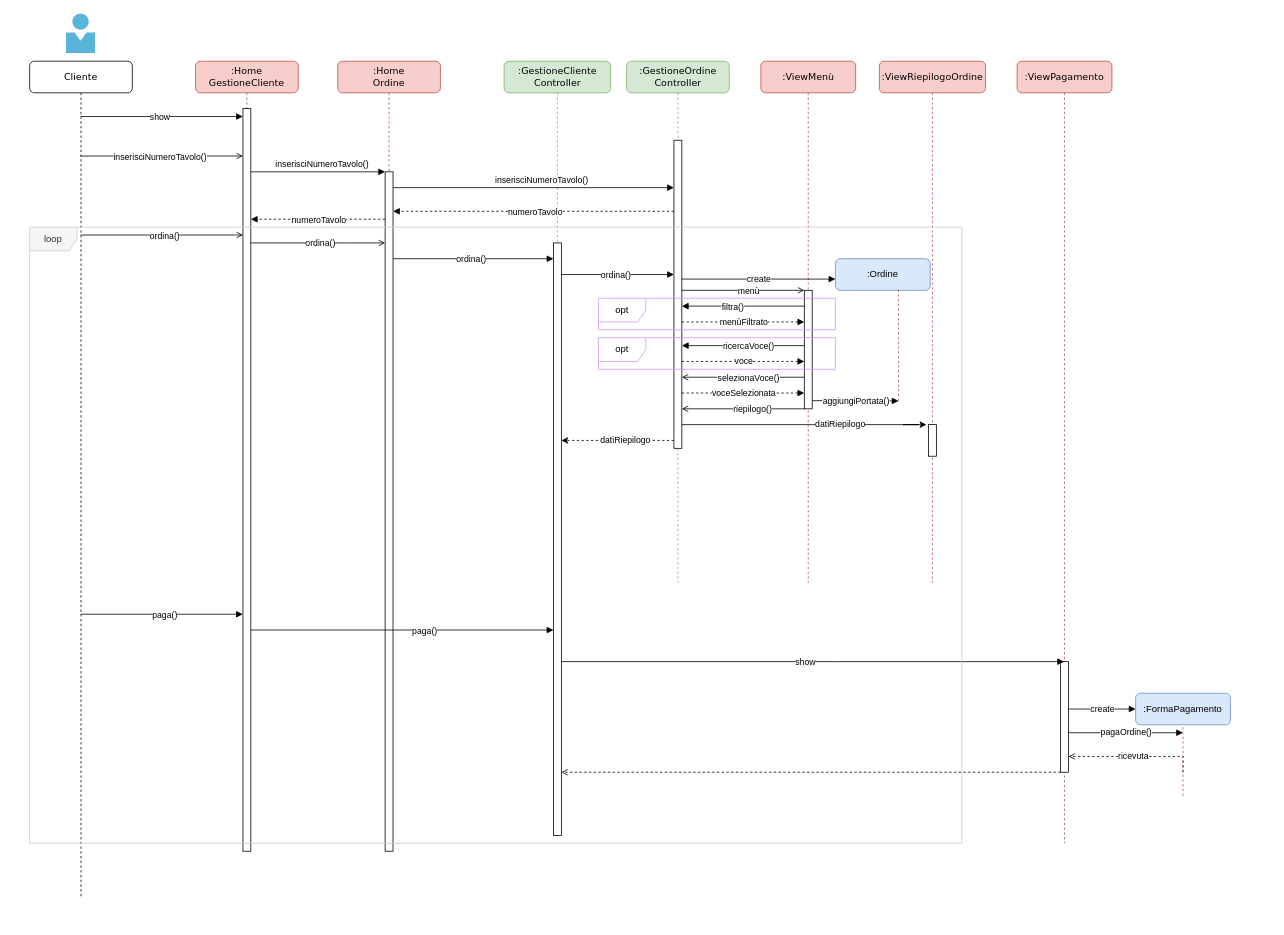
This is page "cliente" (3 of 4) of sequenza.drawio from Marco-Burattoni/Progetto-ids, a draw.io file, before an edit. Source tidied: cells renumbered, new cells numbered last; positions are measured from the earlier drawing's top-left corner, leaving out a move shared by most shapes. Both pictures are drawn from the tidied source at 79%, with x=0, y=0 at pixel (29, 13).
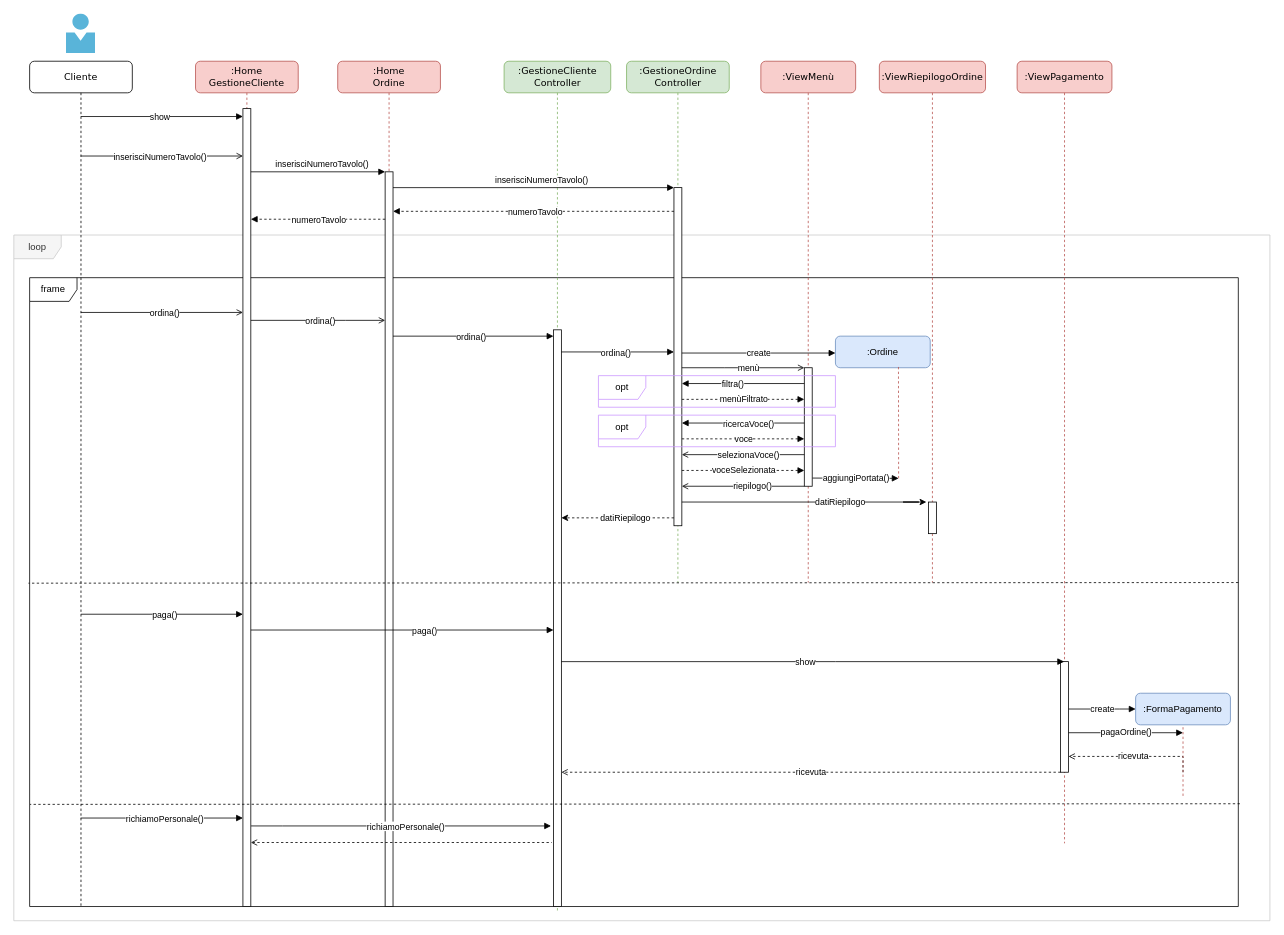
The same diagram, later.

The change refers to these unchanged cells:
```xml
<mxCell id="8" value=":ViewMenù" style="shape=umlLifeline;perimeter=lifelinePerimeter;whiteSpace=wrap;html=1;rounded=1;shadow=0;comic=0;labelBackgroundColor=none;strokeWidth=1;fontFamily=Verdana;fontSize=12;align=center;fillColor=#f8cecc;strokeColor=#b85450;" parent="1" vertex="1">
  <mxGeometry x="925.6" y="60" width="120" height="660" as="geometry" />
</mxCell>
<mxCell id="14" value=":GestioneOrdine&lt;br&gt;Controller" style="shape=umlLifeline;perimeter=lifelinePerimeter;whiteSpace=wrap;html=1;rounded=1;shadow=0;comic=0;labelBackgroundColor=none;strokeWidth=1;fontFamily=Verdana;fontSize=12;align=center;fillColor=#d5e8d4;strokeColor=#82b366;" parent="1" vertex="1">
  <mxGeometry x="755.6" y="60" width="130" height="660" as="geometry" />
</mxCell>
<mxCell id="23" value=":ViewRiepilogoOrdine" style="shape=umlLifeline;perimeter=lifelinePerimeter;whiteSpace=wrap;html=1;rounded=1;shadow=0;comic=0;labelBackgroundColor=none;strokeWidth=1;fontFamily=Verdana;fontSize=12;align=center;fillColor=#f8cecc;strokeColor=#b85450;" parent="1" vertex="1">
  <mxGeometry x="1075.6" y="60" width="134.4" height="660" as="geometry" />
</mxCell>
<mxCell id="29" style="html=1;points=[];perimeter=orthogonalPerimeter;rounded=0;shadow=0;comic=0;labelBackgroundColor=none;strokeWidth=1;fontFamily=Verdana;fontSize=12;align=center;" parent="28" vertex="1">
  <mxGeometry x="55" y="760" width="10" height="140" as="geometry" />
</mxCell>
```

Diff of the diagram source:
```diff
@@
+    <mxCell id="60" value="loop" style="shape=umlFrame;whiteSpace=wrap;html=1;fillColor=#f5f5f5;fontColor=#333333;strokeColor=#CCCCCC;" parent="1" vertex="1">
+      <mxGeometry x="-20" y="280" width="1590" height="868" as="geometry" />
+    </mxCell>
+    <mxCell id="61" value="frame" style="shape=umlFrame;whiteSpace=wrap;html=1;" parent="1" vertex="1">
+      <mxGeometry y="334" width="1530" height="796" as="geometry" />
+    </mxCell>
@@
     <mxCell id="3" value=":Home&lt;br&gt;GestioneCliente" style="shape=umlLifeline;perimeter=lifelinePerimeter;whiteSpace=wrap;html=1;rounded=1;shadow=0;comic=0;labelBackgroundColor=none;strokeWidth=1;fontFamily=Verdana;fontSize=12;align=center;fillColor=#f8cecc;strokeColor=#b85450;" parent="1" vertex="1">
-      <mxGeometry x="210" y="60" width="130" height="1000" as="geometry" />
+      <mxGeometry x="210" y="60" width="130" height="1070" as="geometry" />
     </mxCell>
     <mxCell id="4" style="html=1;points=[];perimeter=orthogonalPerimeter;rounded=0;shadow=0;comic=0;labelBackgroundColor=none;strokeWidth=1;fontFamily=Verdana;fontSize=12;align=center;" parent="3" vertex="1">
-      <mxGeometry x="60" y="60" width="10" height="940" as="geometry" />
+      <mxGeometry x="60" y="60" width="10" height="1010" as="geometry" />
     </mxCell>
     <mxCell id="5" value="&lt;font style=&quot;font-size: 11px; background-color: rgb(255, 255, 255);&quot; face=&quot;Helvetica&quot;&gt;ordina()&lt;/font&gt;" style="html=1;verticalAlign=bottom;endArrow=open;labelBackgroundColor=none;fontFamily=Verdana;fontSize=12;elbow=vertical;rounded=0;endFill=0;" parent="3" edge="1">
       <mxGeometry x="0.03" y="-10" relative="1" as="geometry">
-        <mxPoint x="-145.2" y="220" as="sourcePoint" />
-        <mxPoint x="60" y="220" as="targetPoint" />
+        <mxPoint x="-145.2" y="318" as="sourcePoint" />
+        <mxPoint x="60" y="318" as="targetPoint" />
         <Array as="points">
-          <mxPoint x="-50" y="220" />
+          <mxPoint x="-50" y="318" />
         </Array>
       </mxGeometry>
     </mxCell>
     <mxCell id="6" value=":GestioneCliente&lt;br&gt;Controller" style="shape=umlLifeline;perimeter=lifelinePerimeter;whiteSpace=wrap;html=1;rounded=1;shadow=0;comic=0;labelBackgroundColor=none;strokeWidth=1;fontFamily=Verdana;fontSize=12;align=center;fillColor=#d5e8d4;strokeColor=#82b366;" parent="1" vertex="1">
-      <mxGeometry x="600.6" y="60" width="135" height="980" as="geometry" />
+      <mxGeometry x="600.6" y="60" width="135" height="1078" as="geometry" />
     </mxCell>
     <mxCell id="7" style="html=1;points=[];perimeter=orthogonalPerimeter;rounded=0;shadow=0;comic=0;labelBackgroundColor=none;strokeWidth=1;fontFamily=Verdana;fontSize=12;align=center;" parent="6" vertex="1">
-      <mxGeometry x="62.5" y="230" width="10" height="750" as="geometry" />
+      <mxGeometry x="62.5" y="340" width="10" height="730" as="geometry" />
     </mxCell>
@@
     <mxCell id="9" style="html=1;points=[];perimeter=orthogonalPerimeter;rounded=0;shadow=0;comic=0;labelBackgroundColor=none;strokeWidth=1;fontFamily=Verdana;fontSize=12;align=center;" parent="8" vertex="1">
-      <mxGeometry x="55" y="290" width="10" height="150" as="geometry" />
+      <mxGeometry x="55" y="388" width="10" height="150" as="geometry" />
     </mxCell>
     <mxCell id="10" style="rounded=0;orthogonalLoop=1;jettySize=auto;html=1;labelBackgroundColor=#FFFFFF;fontFamily=Helvetica;fontSize=11;startArrow=none;startFill=0;endArrow=block;endFill=1;" parent="8" edge="1">
       <mxGeometry relative="1" as="geometry">
-        <mxPoint x="55" y="310" as="sourcePoint" />
-        <mxPoint x="-100" y="310" as="targetPoint" />
+        <mxPoint x="55" y="408" as="sourcePoint" />
+        <mxPoint x="-100" y="408" as="targetPoint" />
       </mxGeometry>
     </mxCell>
@@
     <mxCell id="12" style="rounded=0;orthogonalLoop=1;jettySize=auto;html=1;labelBackgroundColor=#FFFFFF;fontFamily=Helvetica;fontSize=11;startArrow=none;startFill=0;endArrow=open;endFill=0;" parent="8" edge="1">
       <mxGeometry relative="1" as="geometry">
-        <mxPoint x="55" y="440" as="sourcePoint" />
-        <mxPoint x="-100" y="440" as="targetPoint" />
+        <mxPoint x="55" y="538" as="sourcePoint" />
+        <mxPoint x="-100" y="538" as="targetPoint" />
       </mxGeometry>
     </mxCell>
@@
     <mxCell id="15" style="html=1;points=[];perimeter=orthogonalPerimeter;rounded=0;shadow=0;comic=0;labelBackgroundColor=none;strokeWidth=1;fontFamily=Verdana;fontSize=12;align=center;" parent="14" vertex="1">
-      <mxGeometry x="60" y="100" width="10" height="390" as="geometry" />
+      <mxGeometry x="60" y="160" width="10" height="428" as="geometry" />
     </mxCell>
     <mxCell id="16" value="&lt;font style=&quot;font-size: 11px; background-color: rgb(255, 255, 255);&quot; face=&quot;Helvetica&quot;&gt;ordina()&lt;/font&gt;" style="html=1;verticalAlign=bottom;endArrow=block;labelBackgroundColor=none;fontFamily=Verdana;fontSize=12;elbow=vertical;rounded=0;" parent="14" edge="1" source="7">
       <mxGeometry x="-0.03" y="-10" relative="1" as="geometry">
-        <mxPoint x="60" y="270" as="targetPoint" />
+        <mxPoint x="60" y="368" as="targetPoint" />
       </mxGeometry>
     </mxCell>
     <mxCell id="17" value="Cliente" style="shape=umlLifeline;perimeter=lifelinePerimeter;whiteSpace=wrap;html=1;outlineConnect=0;rounded=1;shadow=0;comic=0;labelBackgroundColor=none;strokeWidth=1;fontFamily=Verdana;fontSize=12;align=center;size=40;" parent="1" vertex="1">
-      <mxGeometry y="60" width="130" height="1060" as="geometry" />
+      <mxGeometry y="60" width="130" height="1070" as="geometry" />
     </mxCell>
@@
     <mxCell id="21" style="rounded=0;jettySize=auto;html=1;labelBackgroundColor=#FFFFFF;fontFamily=Helvetica;fontSize=11;startArrow=open;startFill=0;endArrow=none;endFill=0;" parent="1" edge="1" source="9" target="15">
       <mxGeometry relative="1" as="geometry">
         <Array as="points">
-          <mxPoint x="880" y="350" />
+          <mxPoint x="880" y="448" />
         </Array>
       </mxGeometry>
     </mxCell>
@@
     <mxCell id="24" style="html=1;perimeter=orthogonalPerimeter;rounded=0;shadow=0;comic=0;labelBackgroundColor=none;strokeWidth=1;fontFamily=Verdana;fontSize=12;align=center;" parent="23" vertex="1">
-      <mxGeometry x="62.2" y="460" width="10" height="40" as="geometry" />
+      <mxGeometry x="62.2" y="558" width="10" height="40" as="geometry" />
     </mxCell>
     <mxCell id="25" style="rounded=0;jettySize=auto;html=1;labelBackgroundColor=#FFFFFF;fontFamily=Helvetica;fontSize=11;startArrow=none;startFill=0;dashed=1;" parent="1" edge="1" source="15" target="7">
       <mxGeometry relative="1" as="geometry">
         <Array as="points">
-          <mxPoint x="710" y="540" />
+          <mxPoint x="710" y="638" />
         </Array>
       </mxGeometry>
     </mxCell>
@@
     <mxCell id="31" value=":Home&lt;br&gt;Ordine" style="shape=umlLifeline;perimeter=lifelinePerimeter;whiteSpace=wrap;html=1;rounded=1;shadow=0;comic=0;labelBackgroundColor=none;strokeWidth=1;fontFamily=Verdana;fontSize=12;align=center;fillColor=#f8cecc;strokeColor=#b85450;" parent="1" vertex="1">
-      <mxGeometry x="390" y="60" width="130" height="1000" as="geometry" />
+      <mxGeometry x="390" y="60" width="130" height="1070" as="geometry" />
     </mxCell>
     <mxCell id="32" style="html=1;points=[];perimeter=orthogonalPerimeter;rounded=0;shadow=0;comic=0;labelBackgroundColor=none;strokeWidth=1;fontFamily=Verdana;fontSize=12;align=center;" parent="31" vertex="1">
-      <mxGeometry x="60" y="140" width="10" height="860" as="geometry" />
+      <mxGeometry x="60" y="140" width="10" height="930" as="geometry" />
     </mxCell>
@@
-    <mxCell id="37" value="&lt;font style=&quot;font-size: 11px; background-color: rgb(255, 255, 255);&quot; face=&quot;Helvetica&quot;&gt;ordina()&lt;/font&gt;" style="html=1;verticalAlign=bottom;endArrow=open;labelBackgroundColor=none;fontFamily=Verdana;fontSize=12;elbow=vertical;rounded=0;endFill=0;" parent="1" edge="1" source="4" target="32">
+    <mxCell id="37" value="&lt;font style=&quot;font-size: 11px; background-color: rgb(255, 255, 255);&quot; face=&quot;Helvetica&quot;&gt;ordina()&lt;/font&gt;" style="html=1;verticalAlign=bottom;endArrow=open;labelBackgroundColor=none;fontFamily=Verdana;fontSize=12;elbow=vertical;rounded=0;endFill=0;" parent="1" edge="1">
       <mxGeometry x="0.03" y="-10" relative="1" as="geometry">
+        <mxPoint x="280" y="388" as="sourcePoint" />
+        <mxPoint x="450" y="388" as="targetPoint" />
         <Array as="points">
-          <mxPoint x="400" y="290" />
+          <mxPoint x="400" y="388" />
         </Array>
       </mxGeometry>
     </mxCell>
-    <mxCell id="38" value="&lt;font style=&quot;font-size: 11px; background-color: rgb(255, 255, 255);&quot; face=&quot;Helvetica&quot;&gt;ordina()&lt;/font&gt;" style="html=1;verticalAlign=bottom;endArrow=block;labelBackgroundColor=none;fontFamily=Verdana;fontSize=12;elbow=vertical;rounded=0;jumpStyle=arc;" parent="1" edge="1" source="32" target="7">
+    <mxCell id="38" value="&lt;font style=&quot;font-size: 11px; background-color: rgb(255, 255, 255);&quot; face=&quot;Helvetica&quot;&gt;ordina()&lt;/font&gt;" style="html=1;verticalAlign=bottom;endArrow=block;labelBackgroundColor=none;fontFamily=Verdana;fontSize=12;elbow=vertical;rounded=0;jumpStyle=arc;" parent="1" edge="1" target="7">
       <mxGeometry x="-0.03" y="-10" relative="1" as="geometry">
+        <mxPoint x="460" y="408" as="sourcePoint" />
         <Array as="points">
-          <mxPoint x="510" y="310" />
+          <mxPoint x="510" y="408" />
         </Array>
       </mxGeometry>
     </mxCell>
     <mxCell id="39" style="edgeStyle=none;rounded=0;orthogonalLoop=1;jettySize=auto;html=1;labelBackgroundColor=#FFFFFF;fontFamily=Helvetica;fontSize=11;startArrow=classic;startFill=1;endArrow=none;endFill=0;" parent="1" edge="1">
       <mxGeometry relative="1" as="geometry">
-        <mxPoint x="1135.1" y="520" as="sourcePoint" />
-        <mxPoint x="825.6" y="520" as="targetPoint" />
+        <mxPoint x="1135.1" y="618" as="sourcePoint" />
+        <mxPoint x="825.6" y="618" as="targetPoint" />
         <Array as="points">
-          <mxPoint x="1105.6" y="520" />
-          <mxPoint x="1125.6" y="520" />
+          <mxPoint x="1105.6" y="618" />
+          <mxPoint x="1125.6" y="618" />
         </Array>
       </mxGeometry>
     </mxCell>
@@
     <mxCell id="41" value="menùFiltrato" style="edgeStyle=none;rounded=0;jettySize=auto;html=1;dashed=1;startArrow=none;startFill=0;endArrow=block;endFill=1;" parent="1" edge="1" source="15" target="9">
       <mxGeometry relative="1" as="geometry">
         <Array as="points">
-          <mxPoint x="940" y="390" />
+          <mxPoint x="940" y="488" />
         </Array>
       </mxGeometry>
     </mxCell>
     <mxCell id="42" style="rounded=0;orthogonalLoop=1;jettySize=auto;html=1;labelBackgroundColor=#FFFFFF;fontFamily=Helvetica;fontSize=11;startArrow=none;startFill=0;endArrow=block;endFill=1;" parent="1" edge="1">
       <mxGeometry relative="1" as="geometry">
-        <mxPoint x="980.6" y="420" as="sourcePoint" />
-        <mxPoint x="825.6" y="420" as="targetPoint" />
+        <mxPoint x="980.6" y="518" as="sourcePoint" />
+        <mxPoint x="825.6" y="518" as="targetPoint" />
       </mxGeometry>
     </mxCell>
@@
     <mxCell id="44" value="voce" style="edgeStyle=none;rounded=0;jettySize=auto;html=1;dashed=1;startArrow=none;startFill=0;endArrow=block;endFill=1;" parent="1" edge="1" source="15" target="9">
       <mxGeometry relative="1" as="geometry">
         <Array as="points">
-          <mxPoint x="920" y="440" />
+          <mxPoint x="920" y="538" />
         </Array>
       </mxGeometry>
     </mxCell>
     <mxCell id="45" style="rounded=0;orthogonalLoop=1;jettySize=auto;html=1;labelBackgroundColor=#FFFFFF;fontFamily=Helvetica;fontSize=11;startArrow=none;startFill=0;endArrow=open;endFill=0;" parent="1" edge="1">
       <mxGeometry relative="1" as="geometry">
-        <mxPoint x="980.6" y="460" as="sourcePoint" />
-        <mxPoint x="825.6" y="460" as="targetPoint" />
+        <mxPoint x="980.6" y="558" as="sourcePoint" />
+        <mxPoint x="825.6" y="558" as="targetPoint" />
       </mxGeometry>
     </mxCell>
@@
     <mxCell id="47" value="voceSelezionata" style="edgeStyle=none;rounded=0;jettySize=auto;html=1;dashed=1;startArrow=none;startFill=0;endArrow=block;endFill=1;" parent="1" edge="1" source="15" target="9">
       <mxGeometry relative="1" as="geometry">
         <Array as="points">
-          <mxPoint x="850" y="480" />
+          <mxPoint x="850" y="578" />
         </Array>
       </mxGeometry>
     </mxCell>
@@
     <mxCell id="52" value=":Ordine" style="rounded=1;whiteSpace=wrap;html=1;fillColor=#dae8fc;strokeColor=#6c8ebf;" parent="1" vertex="1">
-      <mxGeometry x="1020" y="310" width="120" height="40" as="geometry" />
+      <mxGeometry x="1020" y="408" width="120" height="40" as="geometry" />
     </mxCell>
@@
     <mxCell id="54" style="endArrow=none;dashed=1;html=1;rounded=0;fillColor=#f8cecc;strokeColor=#b85450;entryX=0.665;entryY=0.972;entryDx=0;entryDy=0;entryPerimeter=0;" parent="1" edge="1" target="52">
       <mxGeometry relative="1" as="geometry">
-        <mxPoint x="1100" y="490" as="sourcePoint" />
+        <mxPoint x="1100" y="588" as="sourcePoint" />
       </mxGeometry>
     </mxCell>
     <mxCell id="55" value="aggiungiPortata()" style="edgeStyle=none;rounded=0;jettySize=auto;html=1;startArrow=none;startFill=0;endArrow=block;endFill=1;exitX=1.029;exitY=0.931;exitDx=0;exitDy=0;exitPerimeter=0;" parent="1" edge="1" source="9">
       <mxGeometry relative="1" as="geometry">
-        <mxPoint x="1100" y="490" as="targetPoint" />
+        <mxPoint x="1100" y="588" as="targetPoint" />
       </mxGeometry>
     </mxCell>
     <mxCell id="56" value="opt" style="shape=umlFrame;whiteSpace=wrap;html=1;strokeColor=#CC99FF;" parent="1" vertex="1">
-      <mxGeometry x="720" y="360" width="300" height="40" as="geometry" />
+      <mxGeometry x="720" y="458" width="300" height="40" as="geometry" />
     </mxCell>
     <mxCell id="57" value="opt" style="shape=umlFrame;whiteSpace=wrap;html=1;strokeColor=#CC99FF;" parent="1" vertex="1">
-      <mxGeometry x="720" y="410" width="300" height="40" as="geometry" />
+      <mxGeometry x="720" y="508" width="300" height="40" as="geometry" />
     </mxCell>
-    <mxCell id="58" style="edgeStyle=none;rounded=0;jettySize=auto;html=1;startArrow=none;startFill=0;endArrow=open;endFill=0;dashed=1;" parent="1" edge="1" source="29" target="7">
+    <mxCell id="58" value="ricevuta" style="edgeStyle=none;rounded=0;jettySize=auto;html=1;startArrow=none;startFill=0;endArrow=open;endFill=0;dashed=1;" parent="1" edge="1" source="29" target="7">
       <mxGeometry relative="1" as="geometry">
         <Array as="points">
           <mxPoint x="960" y="960" />
         </Array>
       </mxGeometry>
     </mxCell>
@@
-    <mxCell id="60" value="loop" style="shape=umlFrame;whiteSpace=wrap;html=1;fillColor=#f5f5f5;fontColor=#333333;strokeColor=#CCCCCC;" parent="1" vertex="1">
-      <mxGeometry y="270" width="1180" height="780" as="geometry" />
-    </mxCell>
+    <mxCell id="62" style="endArrow=none;dashed=1;html=1;rounded=0;exitX=1;exitY=0.466;exitDx=0;exitDy=0;exitPerimeter=0;entryX=-0.001;entryY=0.467;entryDx=0;entryDy=0;entryPerimeter=0;" parent="1" edge="1">
+      <mxGeometry relative="1" as="geometry">
+        <mxPoint x="1530" y="719.9" as="sourcePoint" />
+        <mxPoint x="-1.5" y="720.7" as="targetPoint" />
+      </mxGeometry>
+    </mxCell>
+    <mxCell id="63" style="endArrow=none;dashed=1;html=1;rounded=0;exitX=1;exitY=0.466;exitDx=0;exitDy=0;exitPerimeter=0;entryX=-0.001;entryY=0.467;entryDx=0;entryDy=0;entryPerimeter=0;" parent="1" edge="1">
+      <mxGeometry relative="1" as="geometry">
+        <mxPoint x="1532" y="999.9" as="sourcePoint" />
+        <mxPoint x="0.5" y="1000.7" as="targetPoint" />
+      </mxGeometry>
+    </mxCell>
+    <mxCell id="64" value="&lt;font style=&quot;font-size: 11px; background-color: rgb(255, 255, 255);&quot; face=&quot;Helvetica&quot;&gt;richiamoPersonale()&lt;/font&gt;" style="html=1;verticalAlign=bottom;endArrow=block;labelBackgroundColor=none;fontFamily=Verdana;fontSize=12;elbow=vertical;rounded=0;" parent="1" edge="1">
+      <mxGeometry x="0.03" y="-10" relative="1" as="geometry">
+        <mxPoint x="64.5" y="1018" as="sourcePoint" />
+        <mxPoint x="270" y="1018" as="targetPoint" />
+        <Array as="points">
+          <mxPoint x="170" y="1018" />
+        </Array>
+      </mxGeometry>
+    </mxCell>
+    <mxCell id="65" value="&lt;font style=&quot;font-size: 11px; background-color: rgb(255, 255, 255);&quot; face=&quot;Helvetica&quot;&gt;richiamoPersonale()&lt;/font&gt;" style="html=1;verticalAlign=bottom;endArrow=block;labelBackgroundColor=none;fontFamily=Verdana;fontSize=12;elbow=vertical;rounded=0;exitX=1.033;exitY=0.899;exitDx=0;exitDy=0;exitPerimeter=0;" parent="1" edge="1" source="4">
+      <mxGeometry x="0.03" y="-10" relative="1" as="geometry">
+        <mxPoint x="660" y="1028" as="targetPoint" />
+        <Array as="points">
+          <mxPoint x="320" y="1028" />
+        </Array>
+      </mxGeometry>
+    </mxCell>
+    <mxCell id="66" style="endArrow=none;dashed=1;html=1;rounded=0;entryX=-0.208;entryY=0.889;entryDx=0;entryDy=0;entryPerimeter=0;endFill=0;startArrow=open;startFill=0;" parent="1" edge="1" source="4" target="7">
+      <mxGeometry relative="1" as="geometry" />
+    </mxCell>
```
